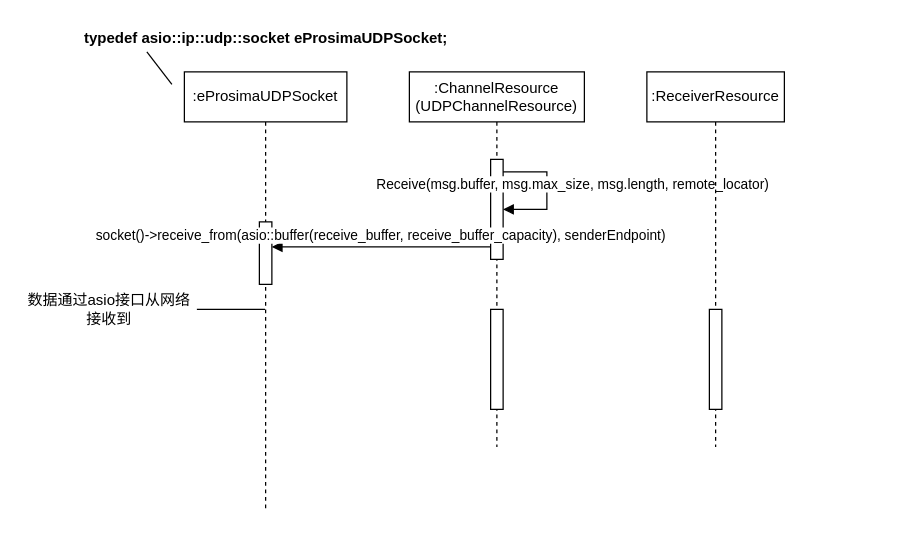
This is fastdds/v2.8.2/workspace_DDSHelloWorld/subscriber_call.drawio from hexu1985/Collection.Of.Cpp.Utility.Tools, a draw.io file, before an edit. Source tidied: cells renumbered, new cells numbered last; positions are measured from the earlier drawing's top-left corner, leaving out a move shared by most shapes. Both pictures are drawn from the tidied source at 125%, with x=0, y=0 at pixel (21, 21).
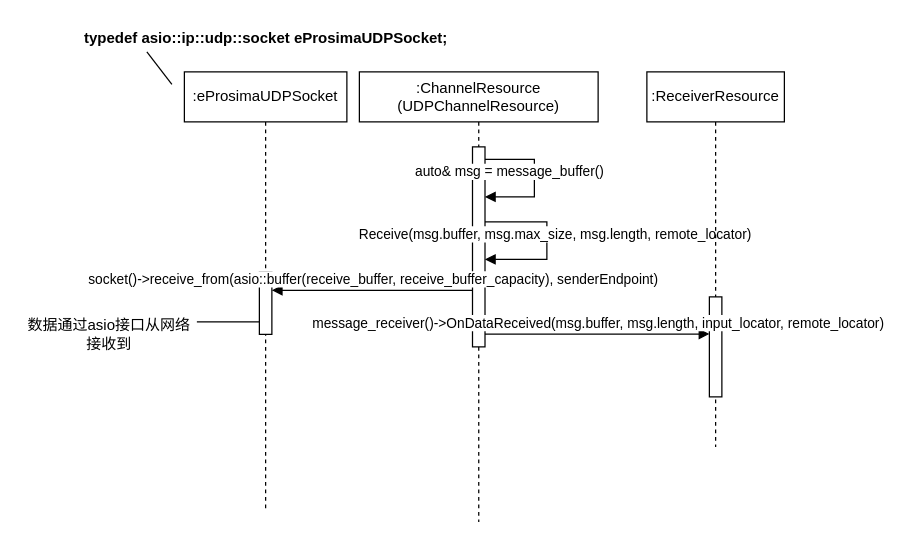
After the change.

Commit message:
update fastdds/v2.8.2/workspace_DDSHelloWorld/subscriber_call.drawio

Unchanged cells that the change refers to:
```xml
<mxCell id="6" value=":eProsimaUDPSocket" style="shape=umlLifeline;perimeter=lifelinePerimeter;whiteSpace=wrap;html=1;outlineConnect=0;portConstraint=eastwest;newEdgeStyle={&quot;curved&quot;:0,&quot;rounded&quot;:0};" parent="1" vertex="1">
  <mxGeometry x="130" y="40" width="130" height="350" as="geometry" />
</mxCell>
<mxCell id="13" value=":ReceiverResource" style="shape=umlLifeline;perimeter=lifelinePerimeter;whiteSpace=wrap;html=1;newEdgeStyle={&quot;curved&quot;:0,&quot;rounded&quot;:0};" parent="1" vertex="1">
  <mxGeometry x="500" y="40" width="110" height="300" as="geometry" />
</mxCell>
```

The edit, as a diff of the source:
```diff
@@
     <mxCell id="2" value=":ChannelResource&lt;div&gt;(UDPChannelResource)&lt;/div&gt;" style="shape=umlLifeline;perimeter=lifelinePerimeter;whiteSpace=wrap;html=1;newEdgeStyle={&quot;curved&quot;:0,&quot;rounded&quot;:0};" parent="1" vertex="1">
-      <mxGeometry x="310" y="40" width="140" height="300" as="geometry" />
+      <mxGeometry x="270" y="40" width="191" height="360" as="geometry" />
     </mxCell>
     <mxCell id="3" style="html=1;points=[[0,0,0,0,5],[0,1,0,0,-5],[1,0,0,0,5],[1,1,0,0,-5]];perimeter=orthogonalPerimeter;outlineConnect=0;targetShapes=umlLifeline;portConstraint=eastwest;newEdgeStyle={&quot;curved&quot;:0,&quot;rounded&quot;:0};" parent="2" vertex="1">
-      <mxGeometry x="65" y="70" width="10" height="80" as="geometry" />
+      <mxGeometry x="90.5" y="60" width="10" height="160" as="geometry" />
     </mxCell>
-    <mxCell id="4" value="Receive(msg.buffer, msg.max_size, msg.length, remote_locator)" style="html=1;align=left;spacingLeft=2;endArrow=block;rounded=0;edgeStyle=orthogonalEdgeStyle;curved=0;rounded=0;" parent="2" edge="1" source="3" target="3">
+    <mxCell id="4" value="Receive(msg.buffer, msg.max_size, msg.length, remote_locator)" style="html=1;align=left;spacingLeft=2;endArrow=block;rounded=0;edgeStyle=orthogonalEdgeStyle;curved=0;rounded=0;" parent="2" edge="1">
       <mxGeometry x="-1" y="-105" relative="1" as="geometry">
+        <mxPoint x="100.5" y="120" as="sourcePoint" />
+        <mxPoint x="100.5" y="150" as="targetPoint" />
         <Array as="points">
-          <mxPoint x="110" y="80" />
-          <mxPoint x="110" y="110" />
+          <mxPoint x="150" y="120" />
+          <mxPoint x="150" y="150" />
         </Array>
         <mxPoint x="-105" y="-95" as="offset" />
       </mxGeometry>
     </mxCell>
-    <mxCell id="5" style="html=1;perimeter=orthogonalPerimeter;targetShapes=umlLifeline;newEdgeStyle={&quot;curved&quot;:0,&quot;rounded&quot;:0};" parent="2" vertex="1">
-      <mxGeometry x="65" y="190" width="10" height="80" as="geometry" />
-    </mxCell>
+    <mxCell id="15" value="auto&amp;amp; msg = message_buffer()" style="html=1;align=left;spacingLeft=2;endArrow=block;rounded=0;edgeStyle=orthogonalEdgeStyle;curved=0;rounded=0;" parent="2" edge="1" source="3" target="3">
+      <mxGeometry x="-1" y="-61" relative="1" as="geometry">
+        <Array as="points">
+          <mxPoint x="140" y="70" />
+          <mxPoint x="140" y="100" />
+        </Array>
+        <mxPoint x="-60" y="-51" as="offset" />
+      </mxGeometry>
+    </mxCell>
@@
     <mxCell id="7" style="html=1;points=[[0,0,0,0,5],[0,1,0,0,-5],[1,0,0,0,5],[1,1,0,0,-5]];perimeter=orthogonalPerimeter;outlineConnect=0;targetShapes=umlLifeline;portConstraint=eastwest;newEdgeStyle={&quot;curved&quot;:0,&quot;rounded&quot;:0};" parent="6" vertex="1">
-      <mxGeometry x="60" y="120" width="10" height="50" as="geometry" />
+      <mxGeometry x="60" y="160" width="10" height="50" as="geometry" />
     </mxCell>
@@
-    <mxCell id="10" value="socket()-&amp;gt;receive_from(asio::buffer(receive_buffer, receive_buffer_capacity), senderEndpoint)" style="html=1;verticalAlign=bottom;endArrow=block;curved=0;rounded=0;" parent="1" edge="1" source="3">
-      <mxGeometry relative="1" as="geometry">
-        <mxPoint x="200" y="180" as="targetPoint" />
-      </mxGeometry>
-    </mxCell>
     <mxCell id="11" value="数据通过asio接口从网络接收到" style="text;html=1;align=center;verticalAlign=middle;whiteSpace=wrap;rounded=0;" parent="1" vertex="1">
-      <mxGeometry y="190" width="140" height="80" as="geometry" />
+      <mxGeometry y="210" width="140" height="80" as="geometry" />
     </mxCell>
-    <mxCell id="12" style="endArrow=none;html=1;rounded=0;entryX=1;entryY=0.5;entryDx=0;entryDy=0;" parent="1" edge="1" source="6" target="11">
-      <mxGeometry relative="1" as="geometry" />
-    </mxCell>
@@
     <mxCell id="14" style="html=1;perimeter=orthogonalPerimeter;targetShapes=umlLifeline;newEdgeStyle={&quot;curved&quot;:0,&quot;rounded&quot;:0};" parent="13" vertex="1">
-      <mxGeometry x="50" y="190" width="10" height="80" as="geometry" />
+      <mxGeometry x="50" y="180" width="10" height="80" as="geometry" />
     </mxCell>
+    <mxCell id="10" value="socket()-&amp;gt;receive_from(asio::buffer(receive_buffer, receive_buffer_capacity), senderEndpoint)" style="html=1;verticalAlign=bottom;endArrow=block;curved=0;rounded=0;" parent="1" edge="1">
+      <mxGeometry relative="1" as="geometry">
+        <mxPoint x="360.5" y="214.7" as="sourcePoint" />
+        <mxPoint x="200" y="214.7" as="targetPoint" />
+      </mxGeometry>
+    </mxCell>
+    <mxCell id="12" style="endArrow=none;html=1;rounded=0;entryX=1;entryY=0.5;entryDx=0;entryDy=0;" parent="1" edge="1" source="7">
+      <mxGeometry relative="1" as="geometry">
+        <mxPoint x="140" y="240" as="targetPoint" />
+      </mxGeometry>
+    </mxCell>
+    <mxCell id="16" value="message_receiver()-&amp;gt;OnDataReceived(msg.buffer, msg.length, input_locator, remote_locator)" style="html=1;verticalAlign=bottom;endArrow=block;curved=0;rounded=0;" parent="1" edge="1">
+      <mxGeometry relative="1" as="geometry">
+        <mxPoint x="370.5" y="249.7" as="sourcePoint" />
+        <mxPoint x="550" y="249.7" as="targetPoint" />
+      </mxGeometry>
+    </mxCell>
```
